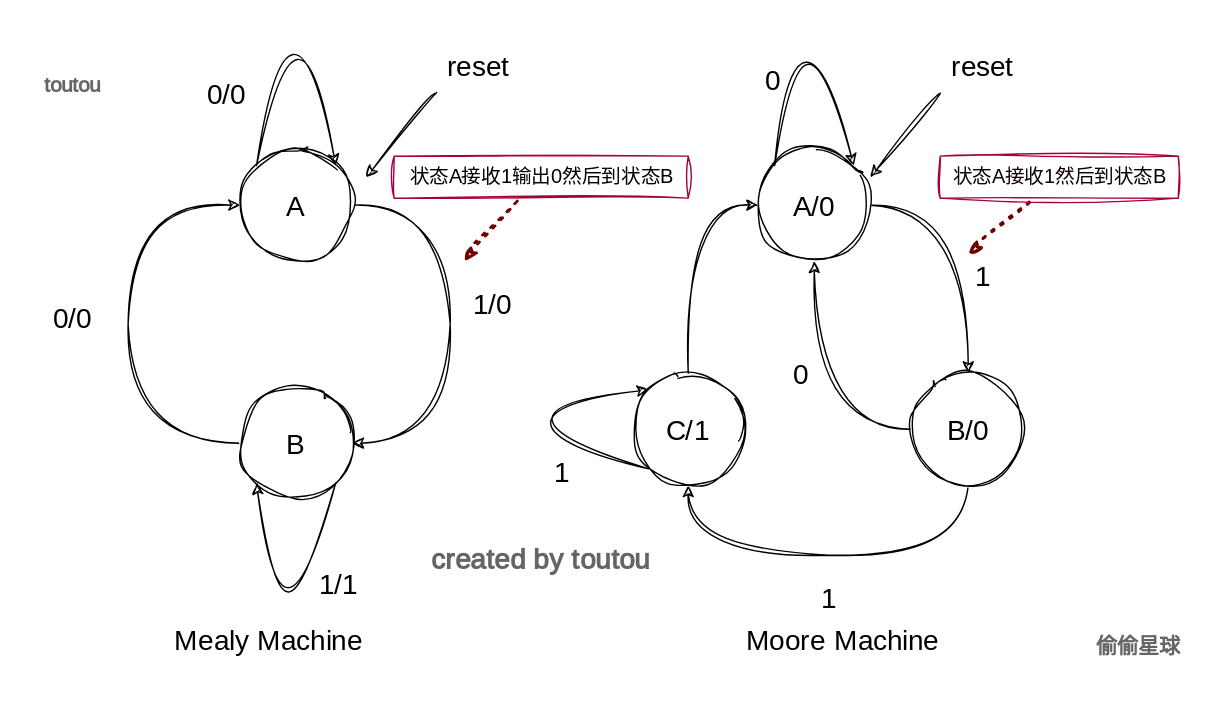
This is img/DC/fsm.drawio.svg from Khan3x/khan3x.github.io, a draw.io export, as it was before one commit. Source tidied: cells renumbered, new cells last; positions are measured from the earlier drawing's top-left corner, leaving out a move shared by most shapes.
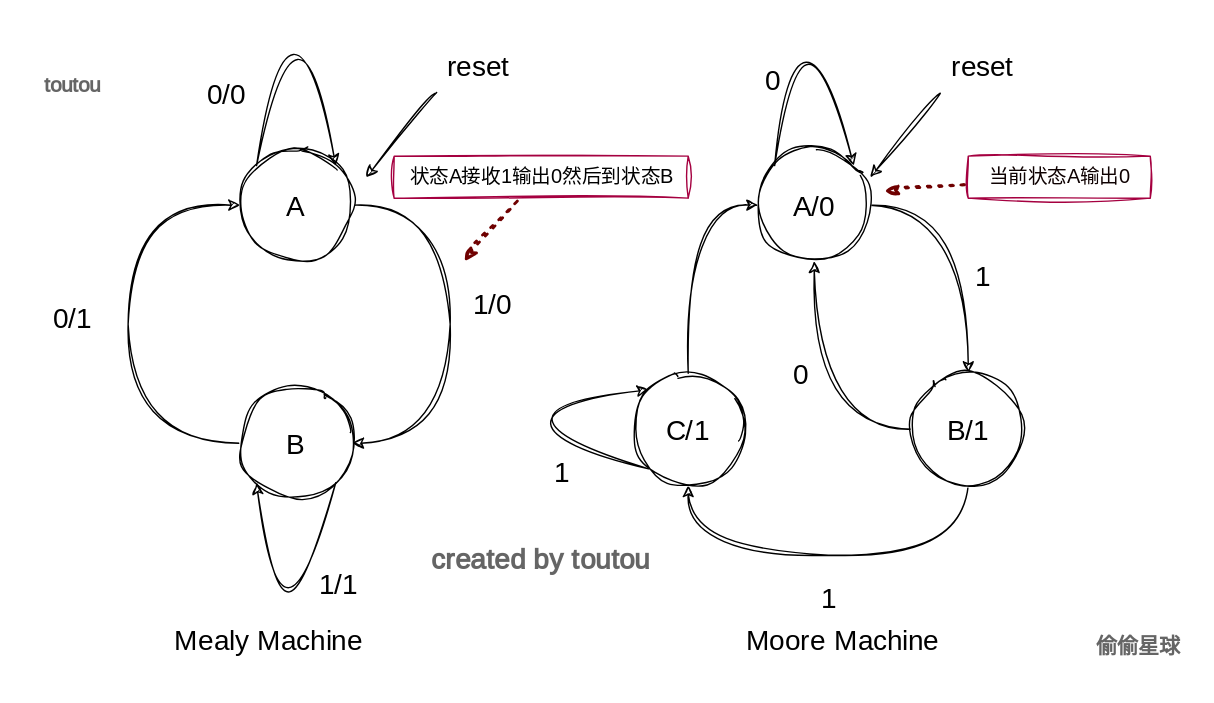
The same diagram one commit later.

What changed in the source:
```diff
@@ -41,7 +41,7 @@
     <mxCell id="9" style="edgeStyle=orthogonalEdgeStyle;curved=1;sketch=1;hachureGap=4;jiggle=2;curveFitting=1;html=1;exitX=0;exitY=0.5;exitDx=0;exitDy=0;entryX=0.5;entryY=1;entryDx=0;entryDy=0;fontFamily=Architects Daughter;fontSource=https%3A%2F%2Ffonts.googleapis.com%2Fcss%3Ffamily%3DArchitects%2BDaughter;fontSize=16;" parent="1" edge="1" source="10" target="7">
       <mxGeometry relative="1" as="geometry" />
     </mxCell>
-    <mxCell id="10" value="B/0" style="ellipse;whiteSpace=wrap;html=1;sketch=1;hachureGap=4;jiggle=2;curveFitting=1;fontFamily=Architects Daughter;fontSource=https%3A%2F%2Ffonts.googleapis.com%2Fcss%3Ffamily%3DArchitects%2BDaughter;fontSize=20;" parent="1" vertex="1">
+    <mxCell id="10" value="B/1" style="ellipse;whiteSpace=wrap;html=1;sketch=1;hachureGap=4;jiggle=2;curveFitting=1;fontFamily=Architects Daughter;fontSource=https%3A%2F%2Ffonts.googleapis.com%2Fcss%3Ffamily%3DArchitects%2BDaughter;fontSize=20;" parent="1" vertex="1">
       <mxGeometry x="651" y="300" width="80" height="80" as="geometry" />
     </mxCell>
     <mxCell id="11" style="edgeStyle=orthogonalEdgeStyle;curved=1;sketch=1;hachureGap=4;jiggle=2;curveFitting=1;html=1;exitX=0.5;exitY=0;exitDx=0;exitDy=0;entryX=0;entryY=0.5;entryDx=0;entryDy=0;fontFamily=Architects Daughter;fontSource=https%3A%2F%2Ffonts.googleapis.com%2Fcss%3Ffamily%3DArchitects%2BDaughter;fontSize=16;" parent="1" edge="1" source="12" target="7">
@@ -79,8 +79,8 @@
     <mxCell id="18" value="1/1" style="text;html=1;align=center;verticalAlign=middle;strokeColor=none;fillColor=none;fontSize=20;fontFamily=Architects Daughter;sketch=1;hachureGap=4;jiggle=2;curveFitting=1;fontSource=https%3A%2F%2Ffonts.googleapis.com%2Fcss%3Ffamily%3DArchitects%2BDaughter;" parent="1" vertex="1">
       <mxGeometry x="221" y="430" width="40" height="40" as="geometry" />
     </mxCell>
-    <mxCell id="19" value="0/0" style="text;html=1;align=center;verticalAlign=middle;strokeColor=none;fillColor=none;fontSize=20;fontFamily=Architects Daughter;sketch=1;hachureGap=4;jiggle=2;curveFitting=1;fontSource=https%3A%2F%2Ffonts.googleapis.com%2Fcss%3Ffamily%3DArchitects%2BDaughter;" parent="1" vertex="1">
-      <mxGeometry x="21" y="240" width="60" height="40" as="geometry" />
+    <mxCell id="19" value="0/1" style="text;html=1;align=center;verticalAlign=middle;strokeColor=none;fillColor=none;fontSize=20;fontFamily=Architects Daughter;sketch=1;hachureGap=4;jiggle=2;curveFitting=1;fontSource=https%3A%2F%2Ffonts.googleapis.com%2Fcss%3Ffamily%3DArchitects%2BDaughter;" parent="1" vertex="1">
+      <mxGeometry x="26" y="240" width="50" height="40" as="geometry" />
     </mxCell>
     <mxCell id="20" value="0/0" style="text;html=1;align=center;verticalAlign=middle;strokeColor=none;fillColor=none;fontSize=20;fontFamily=Architects Daughter;sketch=1;hachureGap=4;jiggle=2;curveFitting=1;fontSource=https%3A%2F%2Ffonts.googleapis.com%2Fcss%3Ffamily%3DArchitects%2BDaughter;" parent="1" vertex="1">
       <mxGeometry x="131" y="80" width="60" height="40" as="geometry" />
@@ -134,11 +134,11 @@
     </mxCell>
     <mxCell id="33" style="endArrow=none;dashed=1;html=1;dashPattern=1 3;strokeWidth=2;sketch=1;hachureGap=4;jiggle=2;curveFitting=1;fontFamily=Architects Daughter;fontSource=https%3A%2F%2Ffonts.googleapis.com%2Fcss%3Ffamily%3DArchitects%2BDaughter;fontSize=16;curved=1;endFill=0;startArrow=classicThin;startFill=0;fillColor=#a20025;strokeColor=#6F0000;" parent="1" edge="1" target="34">
       <mxGeometry relative="1" as="geometry">
-        <mxPoint x="691" y="215" as="sourcePoint" />
+        <mxPoint x="631" y="170" as="sourcePoint" />
       </mxGeometry>
     </mxCell>
-    <mxCell id="34" value="状态A接收1然后到状态B" style="text;html=1;align=center;verticalAlign=middle;points=[];strokeColor=#A50040;fillColor=none;fontSize=14;fontFamily=Architects Daughter;sketch=1;hachureGap=4;jiggle=2;curveFitting=1;fontSource=https%3A%2F%2Ffonts.googleapis.com%2Fcss%3Ffamily%3DArchitects%2BDaughter;fontColor=#0e0101;" parent="1" vertex="1">
-      <mxGeometry x="671" y="145" width="170" height="30" as="geometry" />
+    <mxCell id="34" value="当前状态A输出0" style="text;html=1;align=center;verticalAlign=middle;points=[];strokeColor=#A50040;fillColor=none;fontSize=14;fontFamily=Architects Daughter;sketch=1;hachureGap=4;jiggle=2;curveFitting=1;fontSource=https%3A%2F%2Ffonts.googleapis.com%2Fcss%3Ffamily%3DArchitects%2BDaughter;fontColor=#0e0101;" parent="1" vertex="1">
+      <mxGeometry x="691" y="145" width="130" height="30" as="geometry" />
     </mxCell>
     <mxCell id="35" value="&lt;h1&gt;&lt;font style=&quot;font-size: 20px;&quot;&gt;created by toutou&lt;/font&gt;&lt;br&gt;&lt;/h1&gt;" style="text;html=1;strokeColor=none;fillColor=none;align=center;verticalAlign=middle;whiteSpace=wrap;rounded=0;shadow=1;fontFamily=Architects Daughter;textOpacity=60;fontSource=https%3A%2F%2Ffonts.googleapis.com%2Fcss%3Ffamily%3DArchitects%2BDaughter;sketch=1;curveFitting=1;jiggle=2;labelBackgroundColor=none;fontColor=default;hachureGap=4;fontSize=20;" parent="1" vertex="1">
       <mxGeometry x="221" y="410" width="330" height="30" as="geometry" />
```
